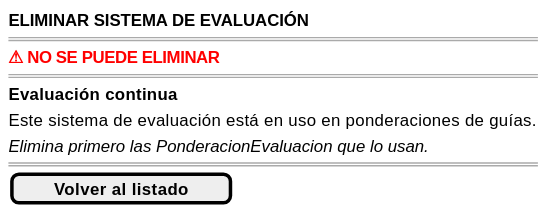
The PlantUML diagram images/RUP/01-requisitos/03-detalle-casos-uso/eliminarSistemaEvaluacion/wireframe-bloqueada.svg in mmasias/pyCeldaPublico, before a commit.
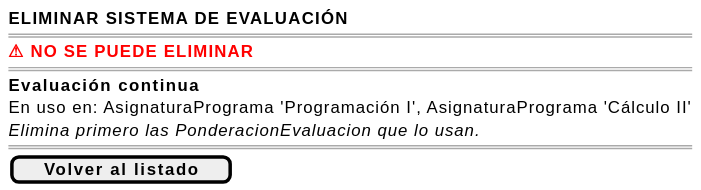
The same file after the commit.

Diff of the diagram source:
```diff
@@ -6,7 +6,7 @@
     ====
     <b>Evaluación continua</b>
 
-    Este sistema de evaluación está en uso en ponderaciones de guías.
+    En uso en: AsignaturaPrograma 'Programación I', AsignaturaPrograma 'Cálculo II'
 
     <i>Elimina primero las PonderacionEvaluacion que lo usan.</i>
     ====
```
